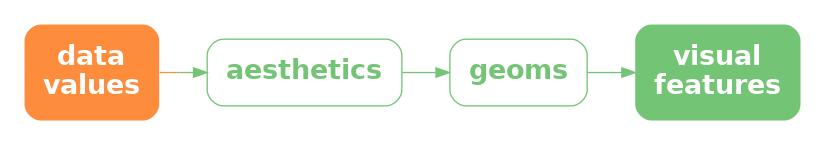
pmur002/hdvw keeps this Graphviz diagram as Diagrams/data-aes-geom-vis.png. Above is the earlier version. Its source is kept beside it as Diagrams/data-aes-geom-vis.dot.
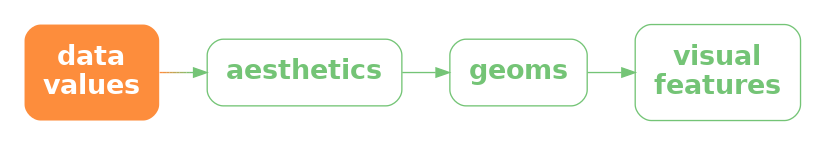
After the commit.

Change to the diagram source:
```diff
@@ -5,8 +5,8 @@
   aes [ label="aesthetics"; shape=box; style=rounded; color="#74C476"; fontcolor="#74C476" ]
   geom [ label="geoms"; shape=box; style=rounded; color="#74C476"; fontcolor="#74C476" ]
   vis [ label="visual\nfeatures"; shape=box;
-     style="filled, rounded"; penwidth=0; fontcolor=white; fillcolor="#74C476" ]
-  data -> aes [ color="#FD8D3C;0.1:#EE9342;0.1:#DF9949;0.1:#CF9F4F;0.1:#C0A556;0.1:#B1AC5C;0.1:#A2B263;0.1:#92B869;0.1:#83BE70;0.1:#74C476;0.1" ]
-  aes -> geom [ color="#74C476" ]
-  geom -> vis [ color="#74C476" ]
+     style="rounded"; color="#74C476"; fontcolor="#74C476" ]
+  data -> aes [ style="bold"; penwidth=1; color="#FD8D3C;0.1:#EE9342;0.1:#DF9949;0.1:#CF9F4F;0.1:#C0A556;0.1:#B1AC5C;0.1:#A2B263;0.1:#92B869;0.1:#83BE70;0.1:#74C476;0.1" ]
+  aes -> geom [ style="solid", color="#74C476" ]
+  geom -> vis [ style="solid", color="#74C476" ]
 }
```
